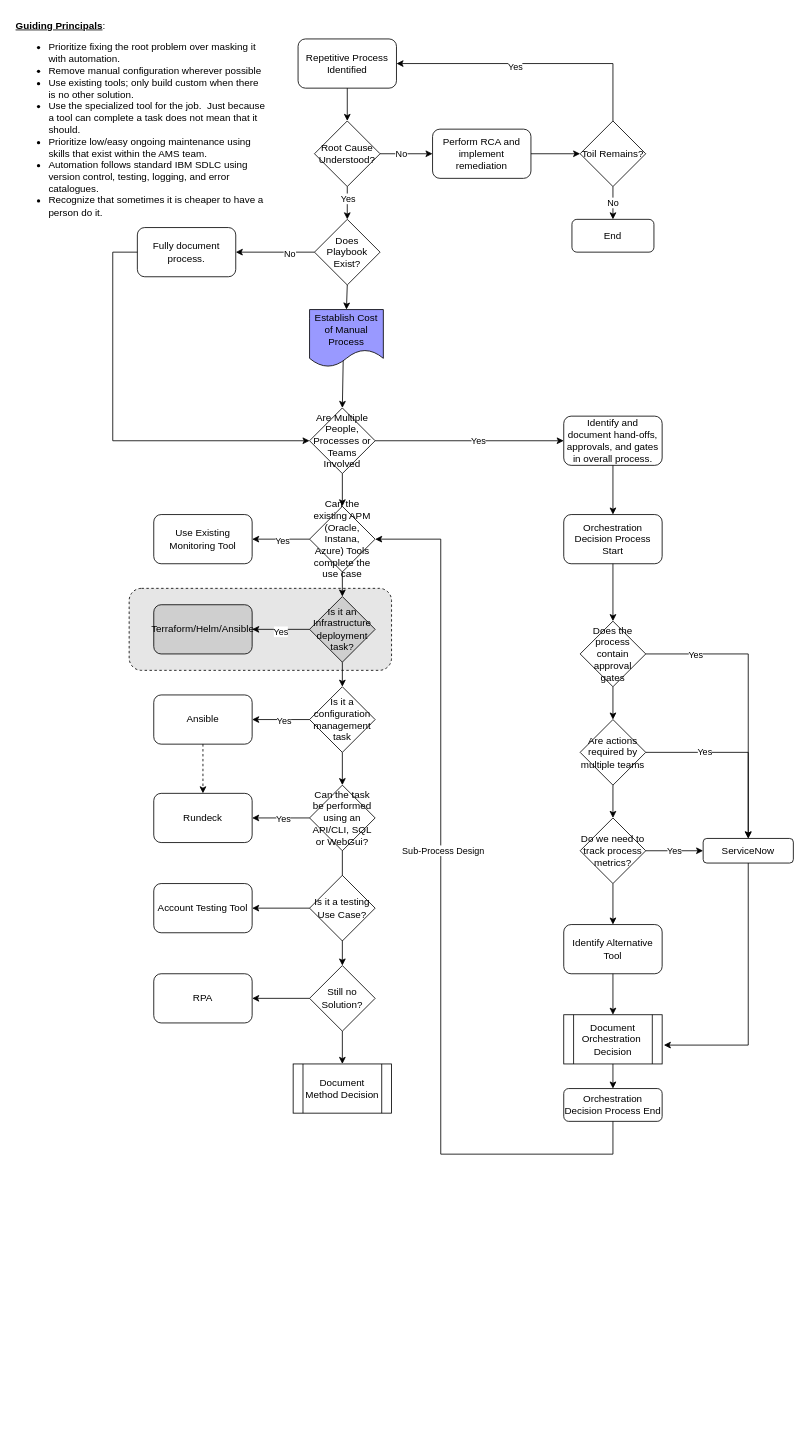
Before: src/Untitled Diagram.drawio in cunwin777/helloSteve, a draw.io diagram. Source tidied: cells renumbered, new cells numbered last; positions are measured from the earlier drawing's top-left corner, leaving out a move shared by most shapes. Both pictures are drawn from the tidied source at 82%, with x=0, y=0 at pixel (14, 14).
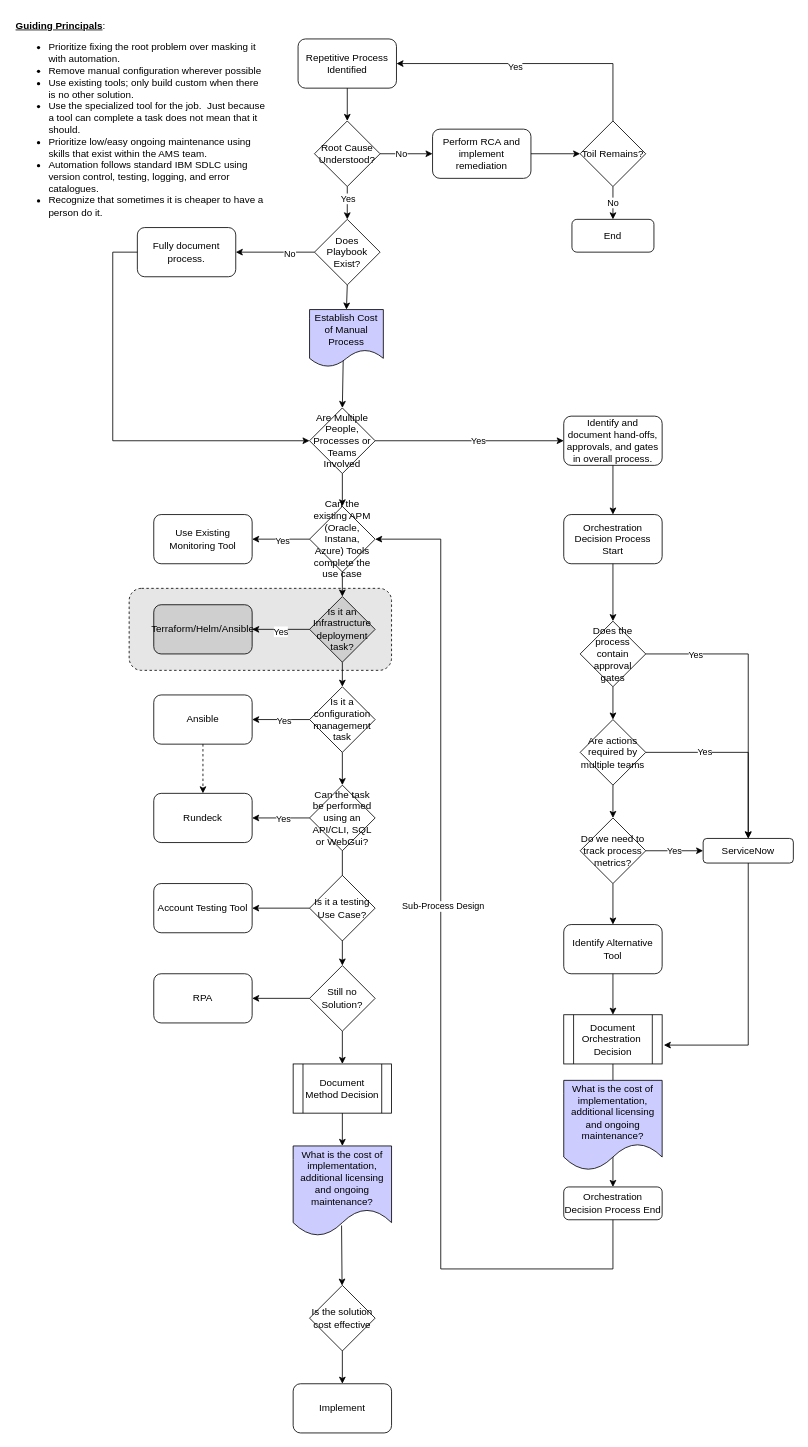
After the change.

The change refers to these unchanged cells:
```xml
<mxCell id="19" value="Can the existing APM (Oracle, Instana, Azure) Tools complete the use case" style="rhombus;whiteSpace=wrap;html=1;" parent="1" vertex="1">
  <mxGeometry x="360" y="600" width="80" height="80" as="geometry" />
</mxCell>
<mxCell id="82" value="Document Method Decision" style="shape=process;whiteSpace=wrap;html=1;backgroundOutline=1;" parent="1" vertex="1">
  <mxGeometry x="340" y="1280" width="120" height="60" as="geometry" />
</mxCell>
```

Diff of the diagram source:
```diff
@@
     <mxCell id="48" value="Orchestration Decision Process End" style="rounded=1;whiteSpace=wrap;html=1;" parent="1" vertex="1">
-      <mxGeometry x="670" y="1310" width="120" height="40" as="geometry" />
+      <mxGeometry x="670" y="1430" width="120" height="40" as="geometry" />
     </mxCell>
@@
     <mxCell id="50" style="endArrow=classic;html=1;rounded=0;exitX=0.5;exitY=1;exitDx=0;exitDy=0;entryX=1;entryY=0.5;entryDx=0;entryDy=0;" parent="1" edge="1" source="48" target="19">
       <mxGeometry relative="1" as="geometry">
         <Array as="points">
-          <mxPoint x="730" y="1390" />
-          <mxPoint x="520" y="1390" />
+          <mxPoint x="730" y="1530" />
+          <mxPoint x="520" y="1530" />
           <mxPoint x="520" y="640" />
         </Array>
       </mxGeometry>
     </mxCell>
@@
-    <mxCell id="66" value="Establish Cost of Manual Process" style="shape=document;whiteSpace=wrap;html=1;boundedLbl=1;fillColor=#9999FF;" parent="1" vertex="1">
+    <mxCell id="66" value="Establish Cost of Manual Process" style="shape=document;whiteSpace=wrap;html=1;boundedLbl=1;fillColor=#CCCCFF;" parent="1" vertex="1">
       <mxGeometry x="360" y="360" width="90" height="70" as="geometry" />
     </mxCell>
@@
+    <mxCell id="84" value="What is the cost of implementation, additional licensing and ongoing maintenance?" style="shape=document;whiteSpace=wrap;html=1;boundedLbl=1;fillColor=#CCCCFF;" parent="1" vertex="1">
+      <mxGeometry x="340" y="1380" width="120" height="110" as="geometry" />
+    </mxCell>
+    <mxCell id="85" value="What is the cost of implementation, additional licensing and ongoing maintenance?" style="shape=document;whiteSpace=wrap;html=1;boundedLbl=1;fillColor=#CCCCFF;" parent="1" vertex="1">
+      <mxGeometry x="670" y="1300" width="120" height="110" as="geometry" />
+    </mxCell>
+    <mxCell id="86" value="Is the solution cost effective" style="rhombus;whiteSpace=wrap;html=1;" parent="1" vertex="1">
+      <mxGeometry x="360" y="1550" width="80" height="80" as="geometry" />
+    </mxCell>
+    <mxCell id="87" style="endArrow=classic;html=1;rounded=0;exitX=0.5;exitY=1;exitDx=0;exitDy=0;entryX=0.5;entryY=0;entryDx=0;entryDy=0;" parent="1" edge="1" source="82" target="84">
+      <mxGeometry relative="1" as="geometry" />
+    </mxCell>
+    <mxCell id="88" style="endArrow=classic;html=1;rounded=0;exitX=0.492;exitY=0.882;exitDx=0;exitDy=0;exitPerimeter=0;" parent="1" edge="1" source="84" target="86">
+      <mxGeometry relative="1" as="geometry" />
+    </mxCell>
+    <mxCell id="89" value="Implement" style="rounded=1;whiteSpace=wrap;html=1;" parent="1" vertex="1">
+      <mxGeometry x="340" y="1670" width="120" height="60" as="geometry" />
+    </mxCell>
+    <mxCell id="90" style="endArrow=classic;html=1;rounded=0;exitX=0.5;exitY=1;exitDx=0;exitDy=0;entryX=0.5;entryY=0;entryDx=0;entryDy=0;" parent="1" edge="1" source="86" target="89">
+      <mxGeometry relative="1" as="geometry" />
+    </mxCell>
```
